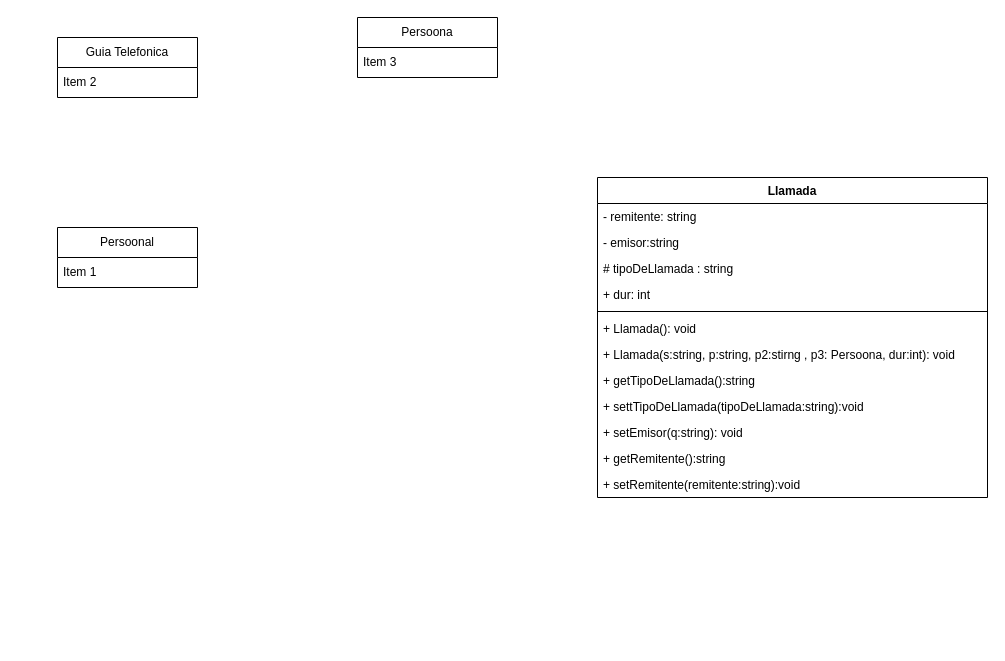
santolp/oo2 keeps this draw.io diagram as Untitled Diagram.drawio. Above is the earlier version. Source tidied: cells renumbered, new cells numbered last; positions are measured from the earlier drawing's top-left corner, leaving out a move shared by most shapes. Both pictures are drawn from the tidied source at 100%, with x=0, y=0 at pixel (57, 17).
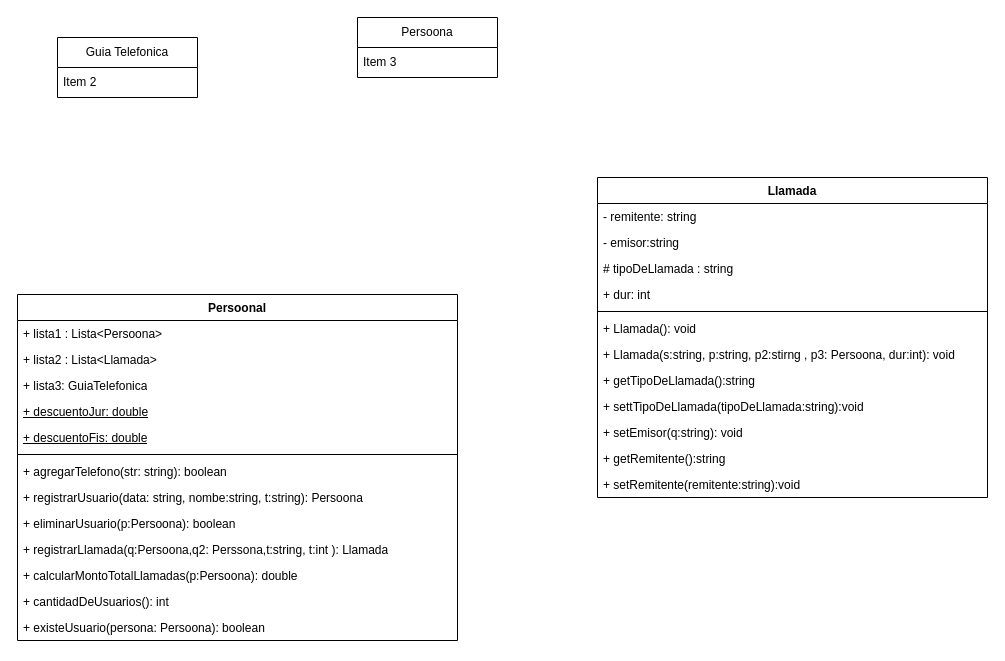
The same diagram, later.

Diff of the diagram source:
```diff
@@
-    <mxCell id="6" value="Persoonal" style="swimlane;fontStyle=0;horizontal=1;startSize=30;whiteSpace=wrap;html=1;" parent="1" vertex="1">
-      <mxGeometry y="210" width="140" height="60" as="geometry" />
-    </mxCell>
-    <mxCell id="7" value="Item 1" style="text;strokeColor=none;fillColor=none;align=left;verticalAlign=middle;spacingLeft=4;spacingRight=4;overflow=hidden;whiteSpace=wrap;html=1;" parent="6" vertex="1">
-      <mxGeometry y="30" width="140" height="30" as="geometry" />
-    </mxCell>
@@
+    <mxCell id="6" value="Persoonal" style="swimlane;fontStyle=1;align=center;verticalAlign=top;horizontal=1;startSize=26;whiteSpace=wrap;html=1;" parent="1" vertex="1">
+      <mxGeometry x="-40" y="277" width="440" height="346" as="geometry" />
+    </mxCell>
+    <mxCell id="21" value="+ lista1 : Lista&amp;lt;Persoona&amp;gt;" style="text;strokeColor=none;fillColor=none;align=left;verticalAlign=top;spacingLeft=4;spacingRight=4;overflow=hidden;whiteSpace=wrap;html=1;" parent="6" vertex="1">
+      <mxGeometry y="26" width="440" height="26" as="geometry" />
+    </mxCell>
+    <mxCell id="22" value="+ lista2 : Lista&amp;lt;Llamada&amp;gt;" style="text;strokeColor=none;fillColor=none;align=left;verticalAlign=top;spacingLeft=4;spacingRight=4;overflow=hidden;whiteSpace=wrap;html=1;" parent="6" vertex="1">
+      <mxGeometry y="52" width="440" height="26" as="geometry" />
+    </mxCell>
+    <mxCell id="23" value="+ lista3: GuiaTelefonica" style="text;strokeColor=none;fillColor=none;align=left;verticalAlign=top;spacingLeft=4;spacingRight=4;overflow=hidden;whiteSpace=wrap;html=1;" parent="6" vertex="1">
+      <mxGeometry y="78" width="440" height="26" as="geometry" />
+    </mxCell>
+    <mxCell id="24" value="+ descuentoJur: double" style="text;strokeColor=none;fillColor=none;align=left;verticalAlign=top;spacingLeft=4;spacingRight=4;overflow=hidden;whiteSpace=wrap;html=1;fontStyle=4;" parent="6" vertex="1">
+      <mxGeometry y="104" width="440" height="26" as="geometry" />
+    </mxCell>
+    <mxCell id="25" value="+ descuentoFis: double" style="text;strokeColor=none;fillColor=none;align=left;verticalAlign=top;spacingLeft=4;spacingRight=4;overflow=hidden;whiteSpace=wrap;html=1;fontStyle=4;" parent="6" vertex="1">
+      <mxGeometry y="130" width="440" height="26" as="geometry" />
+    </mxCell>
+    <mxCell id="26" style="line;strokeWidth=1;fillColor=none;align=left;verticalAlign=middle;spacingTop=-1;spacingLeft=3;spacingRight=3;labelPosition=right;strokeColor=inherit;" parent="6" vertex="1">
+      <mxGeometry y="156" width="440" height="8" as="geometry" />
+    </mxCell>
+    <mxCell id="27" value="+ agregarTelefono(str: string): boolean" style="text;strokeColor=none;fillColor=none;align=left;verticalAlign=top;spacingLeft=4;spacingRight=4;overflow=hidden;whiteSpace=wrap;html=1;" parent="6" vertex="1">
+      <mxGeometry y="164" width="440" height="26" as="geometry" />
+    </mxCell>
+    <mxCell id="28" value="+ registrarUsuario(data: string, nombe:string, t:string): Persoona" style="text;strokeColor=none;fillColor=none;align=left;verticalAlign=top;spacingLeft=4;spacingRight=4;overflow=hidden;whiteSpace=wrap;html=1;" parent="6" vertex="1">
+      <mxGeometry y="190" width="440" height="26" as="geometry" />
+    </mxCell>
+    <mxCell id="29" value="+ eliminarUsuario(p:Persoona): boolean" style="text;strokeColor=none;fillColor=none;align=left;verticalAlign=top;spacingLeft=4;spacingRight=4;overflow=hidden;whiteSpace=wrap;html=1;" parent="6" vertex="1">
+      <mxGeometry y="216" width="440" height="26" as="geometry" />
+    </mxCell>
+    <mxCell id="30" value="+ registrarLlamada(q:Persoona,q2: Perssona,t:string, t:int ): Llamada" style="text;strokeColor=none;fillColor=none;align=left;verticalAlign=top;spacingLeft=4;spacingRight=4;overflow=hidden;whiteSpace=wrap;html=1;" parent="6" vertex="1">
+      <mxGeometry y="242" width="440" height="26" as="geometry" />
+    </mxCell>
+    <mxCell id="31" value="+ calcularMontoTotalLlamadas(p:Persoona): double" style="text;strokeColor=none;fillColor=none;align=left;verticalAlign=top;spacingLeft=4;spacingRight=4;overflow=hidden;whiteSpace=wrap;html=1;" parent="6" vertex="1">
+      <mxGeometry y="268" width="440" height="26" as="geometry" />
+    </mxCell>
+    <mxCell id="32" value="+ cantidadDeUsuarios(): int" style="text;strokeColor=none;fillColor=none;align=left;verticalAlign=top;spacingLeft=4;spacingRight=4;overflow=hidden;whiteSpace=wrap;html=1;" parent="6" vertex="1">
+      <mxGeometry y="294" width="440" height="26" as="geometry" />
+    </mxCell>
+    <mxCell id="33" value="+ existeUsuario(persona: Persoona): boolean" style="text;strokeColor=none;fillColor=none;align=left;verticalAlign=top;spacingLeft=4;spacingRight=4;overflow=hidden;whiteSpace=wrap;html=1;" parent="6" vertex="1">
+      <mxGeometry y="320" width="440" height="26" as="geometry" />
+    </mxCell>
```
